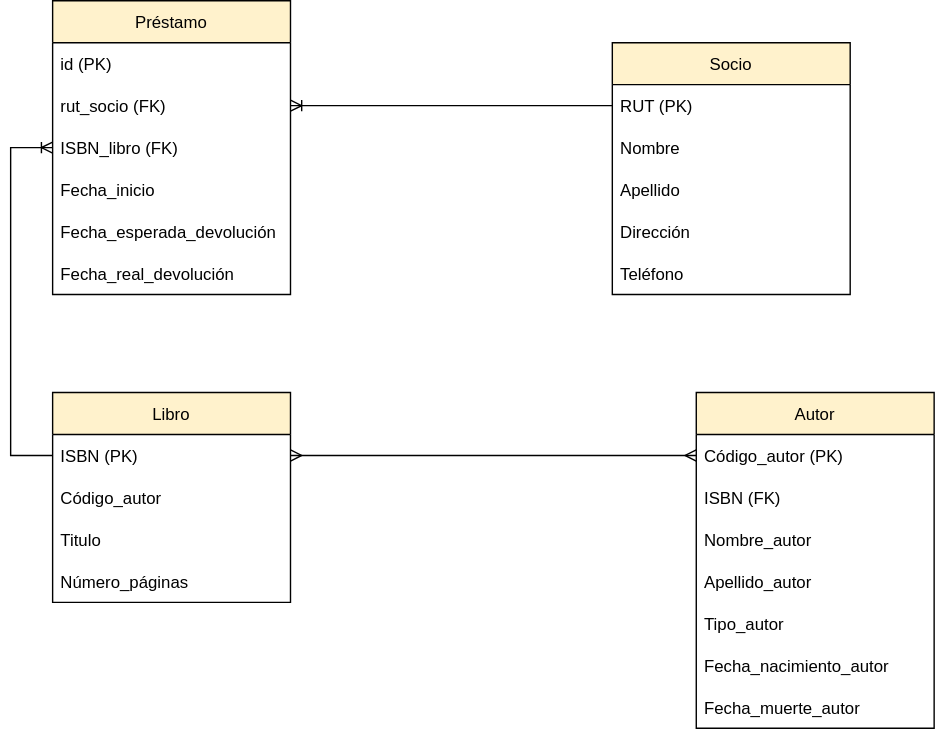
Before: Biblioteca1-2-1.drawio.svg, a diagram exported from draw.io (KarQuis/M5---Prueba). Source tidied: cells renumbered, new cells last; positions are measured from the earlier drawing's top-left corner, leaving out a move shared by most shapes. The source it was exported from:
```xml
<mxGraphModel>
  <root>
    <mxCell id="0" />
    <mxCell id="1" parent="0" />
    <mxCell id="2" value="Préstamo" style="swimlane;fontStyle=0;horizontal=1;startSize=30;fillColor=#FFF2CC;" parent="1" vertex="1">
      <mxGeometry x="30" width="170" height="210" as="geometry" />
    </mxCell>
    <mxCell id="3" value="id (PK)" style="text;strokeColor=none;fillColor=none;align=left;verticalAlign=middle;spacingLeft=4;spacingRight=4;overflow=hidden;" parent="2" vertex="1">
      <mxGeometry y="30" width="170" height="30" as="geometry" />
    </mxCell>
    <mxCell id="4" value="rut_socio (FK)" style="text;strokeColor=none;fillColor=none;align=left;verticalAlign=middle;spacingLeft=4;spacingRight=4;overflow=hidden;points=[[0,0.5],[1,0.5]];portConstraint=eastwest;" parent="2" vertex="1">
      <mxGeometry y="60" width="170" height="30" as="geometry" />
    </mxCell>
    <mxCell id="5" value="ISBN_libro (FK)" style="text;strokeColor=none;fillColor=none;align=left;verticalAlign=middle;spacingLeft=4;spacingRight=4;overflow=hidden;points=[[0,0.5],[1,0.5]];portConstraint=eastwest;" parent="2" vertex="1">
      <mxGeometry y="90" width="170" height="30" as="geometry" />
    </mxCell>
    <mxCell id="6" value="Fecha_inicio" style="text;strokeColor=none;fillColor=none;align=left;verticalAlign=middle;spacingLeft=4;spacingRight=4;overflow=hidden;" parent="2" vertex="1">
      <mxGeometry y="120" width="170" height="30" as="geometry" />
    </mxCell>
    <mxCell id="7" value="Fecha_esperada_devolución" style="text;strokeColor=none;fillColor=none;align=left;verticalAlign=middle;spacingLeft=4;spacingRight=4;overflow=hidden;" parent="2" vertex="1">
      <mxGeometry y="150" width="170" height="30" as="geometry" />
    </mxCell>
    <mxCell id="8" value="Fecha_real_devolución" style="text;strokeColor=none;fillColor=none;align=left;verticalAlign=middle;spacingLeft=4;spacingRight=4;overflow=hidden;" parent="2" vertex="1">
      <mxGeometry y="180" width="170" height="30" as="geometry" />
    </mxCell>
    <mxCell id="9" value="Socio" style="swimlane;fontStyle=0;horizontal=1;startSize=30;fillColor=#FFF2CC;" parent="1" vertex="1">
      <mxGeometry x="430" y="30" width="170" height="180" as="geometry" />
    </mxCell>
    <mxCell id="10" value="RUT (PK)" style="text;strokeColor=none;fillColor=none;align=left;verticalAlign=middle;spacingLeft=4;spacingRight=4;overflow=hidden;points=[[0,0.5],[1,0.5]];portConstraint=eastwest;" parent="9" vertex="1">
      <mxGeometry y="30" width="170" height="30" as="geometry" />
    </mxCell>
    <mxCell id="11" value="Nombre" style="text;strokeColor=none;fillColor=none;align=left;verticalAlign=middle;spacingLeft=4;spacingRight=4;overflow=hidden;" parent="9" vertex="1">
      <mxGeometry y="60" width="170" height="30" as="geometry" />
    </mxCell>
    <mxCell id="12" value="Apellido" style="text;strokeColor=none;fillColor=none;align=left;verticalAlign=middle;spacingLeft=4;spacingRight=4;overflow=hidden;" parent="9" vertex="1">
      <mxGeometry y="90" width="170" height="30" as="geometry" />
    </mxCell>
    <mxCell id="13" value="Dirección" style="text;strokeColor=none;fillColor=none;align=left;verticalAlign=middle;spacingLeft=4;spacingRight=4;overflow=hidden;" parent="9" vertex="1">
      <mxGeometry y="120" width="170" height="30" as="geometry" />
    </mxCell>
    <mxCell id="14" value="Teléfono" style="text;strokeColor=none;fillColor=none;align=left;verticalAlign=middle;spacingLeft=4;spacingRight=4;overflow=hidden;" parent="9" vertex="1">
      <mxGeometry y="150" width="170" height="30" as="geometry" />
    </mxCell>
    <mxCell id="15" value="Libro" style="swimlane;fontStyle=0;horizontal=1;startSize=30;fillColor=#FFF2CC;" parent="1" vertex="1">
      <mxGeometry x="30" y="280" width="170" height="150" as="geometry" />
    </mxCell>
    <mxCell id="16" value="ISBN (PK)" style="text;strokeColor=none;fillColor=none;align=left;verticalAlign=middle;spacingLeft=4;spacingRight=4;overflow=hidden;points=[[0,0.5],[1,0.5]];portConstraint=eastwest;" parent="15" vertex="1">
      <mxGeometry y="30" width="170" height="30" as="geometry" />
    </mxCell>
    <mxCell id="17" value="Código_autor" style="text;strokeColor=none;fillColor=none;align=left;verticalAlign=middle;spacingLeft=4;spacingRight=4;overflow=hidden;" parent="15" vertex="1">
      <mxGeometry y="60" width="170" height="30" as="geometry" />
    </mxCell>
    <mxCell id="18" value="Titulo" style="text;strokeColor=none;fillColor=none;align=left;verticalAlign=middle;spacingLeft=4;spacingRight=4;overflow=hidden;" parent="15" vertex="1">
      <mxGeometry y="90" width="170" height="30" as="geometry" />
    </mxCell>
    <mxCell id="19" value="Número_páginas" style="text;strokeColor=none;fillColor=none;align=left;verticalAlign=middle;spacingLeft=4;spacingRight=4;overflow=hidden;" parent="15" vertex="1">
      <mxGeometry y="120" width="170" height="30" as="geometry" />
    </mxCell>
    <mxCell id="20" style="edgeStyle=entityRelationEdgeStyle;fontSize=12;html=1;endArrow=ERoneToMany;rounded=0;exitX=0;exitY=0.5;exitDx=0;exitDy=0;entryX=1;entryY=0.5;entryDx=0;entryDy=0;" parent="1" edge="1" source="10" target="4">
      <mxGeometry relative="1" as="geometry" />
    </mxCell>
    <mxCell id="21" style="fontSize=12;html=1;endArrow=ERoneToMany;rounded=0;exitX=0;exitY=0.5;exitDx=0;exitDy=0;entryX=0;entryY=0.5;entryDx=0;entryDy=0;edgeStyle=orthogonalEdgeStyle;" parent="1" edge="1" source="16" target="5">
      <mxGeometry relative="1" as="geometry">
        <Array as="points">
          <mxPoint y="325" />
          <mxPoint y="105" />
        </Array>
      </mxGeometry>
    </mxCell>
    <mxCell id="22" value="Autor" style="swimlane;fontStyle=0;horizontal=1;startSize=30;fillColor=#FFF2CC;" parent="1" vertex="1">
      <mxGeometry x="490" y="280" width="170" height="240" as="geometry" />
    </mxCell>
    <mxCell id="23" value="Código_autor (PK)" style="text;strokeColor=none;fillColor=none;align=left;verticalAlign=middle;spacingLeft=4;spacingRight=4;overflow=hidden;points=[[0,0.5],[1,0.5]];portConstraint=eastwest;" parent="22" vertex="1">
      <mxGeometry y="30" width="170" height="30" as="geometry" />
    </mxCell>
    <mxCell id="24" value="ISBN (FK)" style="text;strokeColor=none;fillColor=none;align=left;verticalAlign=middle;spacingLeft=4;spacingRight=4;overflow=hidden;" parent="22" vertex="1">
      <mxGeometry y="60" width="170" height="30" as="geometry" />
    </mxCell>
    <mxCell id="25" value="Nombre_autor" style="text;strokeColor=none;fillColor=none;align=left;verticalAlign=middle;spacingLeft=4;spacingRight=4;overflow=hidden;" parent="22" vertex="1">
      <mxGeometry y="90" width="170" height="30" as="geometry" />
    </mxCell>
    <mxCell id="26" value="Apellido_autor" style="text;strokeColor=none;fillColor=none;align=left;verticalAlign=middle;spacingLeft=4;spacingRight=4;overflow=hidden;" parent="22" vertex="1">
      <mxGeometry y="120" width="170" height="30" as="geometry" />
    </mxCell>
    <mxCell id="27" value="Tipo_autor" style="text;strokeColor=none;fillColor=none;align=left;verticalAlign=middle;spacingLeft=4;spacingRight=4;overflow=hidden;" parent="22" vertex="1">
      <mxGeometry y="150" width="170" height="30" as="geometry" />
    </mxCell>
    <mxCell id="28" value="Fecha_nacimiento_autor" style="text;strokeColor=none;fillColor=none;align=left;verticalAlign=middle;spacingLeft=4;spacingRight=4;overflow=hidden;" parent="22" vertex="1">
      <mxGeometry y="180" width="170" height="30" as="geometry" />
    </mxCell>
    <mxCell id="29" value="Fecha_muerte_autor" style="text;strokeColor=none;fillColor=none;align=left;verticalAlign=middle;spacingLeft=4;spacingRight=4;overflow=hidden;" parent="22" vertex="1">
      <mxGeometry y="210" width="170" height="30" as="geometry" />
    </mxCell>
    <mxCell id="30" style="edgeStyle=entityRelationEdgeStyle;fontSize=12;html=1;endArrow=ERmany;startArrow=ERmany;rounded=0;exitX=1;exitY=0.5;exitDx=0;exitDy=0;entryX=0;entryY=0.5;entryDx=0;entryDy=0;" parent="1" edge="1" source="16" target="23">
      <mxGeometry relative="1" as="geometry" />
    </mxCell>
  </root>
</mxGraphModel>
```
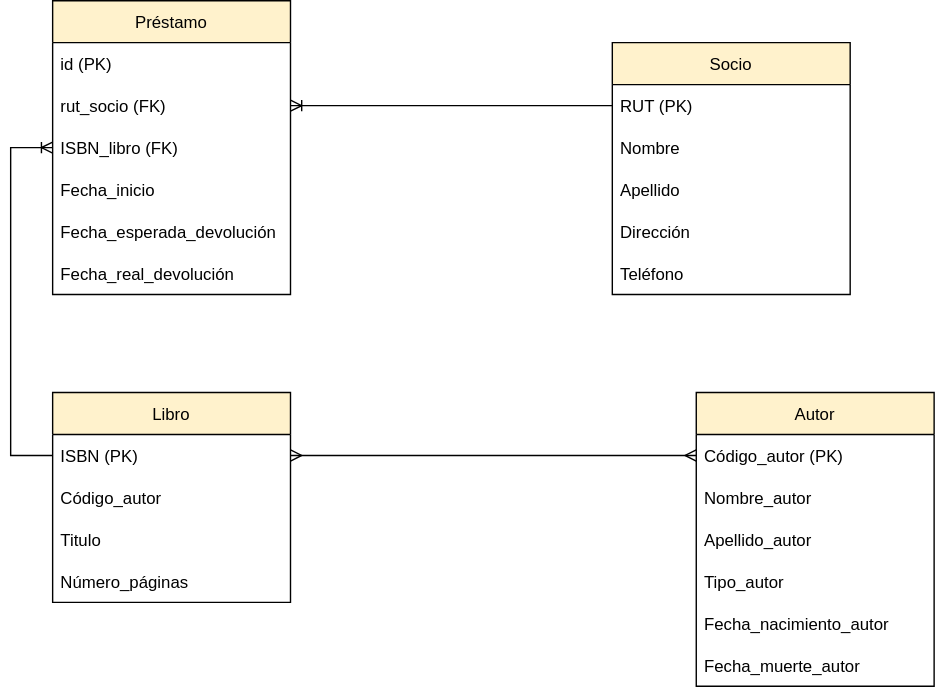
Later version of the same file.

Commit message:
Modelo Lógico - 2FN

Diff of the diagram source:
```diff
@@ -68,28 +68,25 @@
       </mxGeometry>
     </mxCell>
     <mxCell id="22" value="Autor" style="swimlane;fontStyle=0;horizontal=1;startSize=30;fillColor=#FFF2CC;" parent="1" vertex="1">
-      <mxGeometry x="490" y="280" width="170" height="240" as="geometry" />
+      <mxGeometry x="490" y="280" width="170" height="210" as="geometry" />
     </mxCell>
     <mxCell id="23" value="Código_autor (PK)" style="text;strokeColor=none;fillColor=none;align=left;verticalAlign=middle;spacingLeft=4;spacingRight=4;overflow=hidden;points=[[0,0.5],[1,0.5]];portConstraint=eastwest;" parent="22" vertex="1">
       <mxGeometry y="30" width="170" height="30" as="geometry" />
     </mxCell>
-    <mxCell id="24" value="ISBN (FK)" style="text;strokeColor=none;fillColor=none;align=left;verticalAlign=middle;spacingLeft=4;spacingRight=4;overflow=hidden;" parent="22" vertex="1">
-      <mxGeometry y="60" width="170" height="30" as="geometry" />
-    </mxCell>
     <mxCell id="25" value="Nombre_autor" style="text;strokeColor=none;fillColor=none;align=left;verticalAlign=middle;spacingLeft=4;spacingRight=4;overflow=hidden;" parent="22" vertex="1">
-      <mxGeometry y="90" width="170" height="30" as="geometry" />
+      <mxGeometry y="60" width="170" height="30" as="geometry" />
     </mxCell>
     <mxCell id="26" value="Apellido_autor" style="text;strokeColor=none;fillColor=none;align=left;verticalAlign=middle;spacingLeft=4;spacingRight=4;overflow=hidden;" parent="22" vertex="1">
-      <mxGeometry y="120" width="170" height="30" as="geometry" />
+      <mxGeometry y="90" width="170" height="30" as="geometry" />
     </mxCell>
     <mxCell id="27" value="Tipo_autor" style="text;strokeColor=none;fillColor=none;align=left;verticalAlign=middle;spacingLeft=4;spacingRight=4;overflow=hidden;" parent="22" vertex="1">
-      <mxGeometry y="150" width="170" height="30" as="geometry" />
+      <mxGeometry y="120" width="170" height="30" as="geometry" />
     </mxCell>
     <mxCell id="28" value="Fecha_nacimiento_autor" style="text;strokeColor=none;fillColor=none;align=left;verticalAlign=middle;spacingLeft=4;spacingRight=4;overflow=hidden;" parent="22" vertex="1">
-      <mxGeometry y="180" width="170" height="30" as="geometry" />
+      <mxGeometry y="150" width="170" height="30" as="geometry" />
     </mxCell>
     <mxCell id="29" value="Fecha_muerte_autor" style="text;strokeColor=none;fillColor=none;align=left;verticalAlign=middle;spacingLeft=4;spacingRight=4;overflow=hidden;" parent="22" vertex="1">
-      <mxGeometry y="210" width="170" height="30" as="geometry" />
+      <mxGeometry y="180" width="170" height="30" as="geometry" />
     </mxCell>
     <mxCell id="30" style="edgeStyle=entityRelationEdgeStyle;fontSize=12;html=1;endArrow=ERmany;startArrow=ERmany;rounded=0;exitX=1;exitY=0.5;exitDx=0;exitDy=0;entryX=0;entryY=0.5;entryDx=0;entryDy=0;" parent="1" edge="1" source="16" target="23">
       <mxGeometry relative="1" as="geometry" />
```
